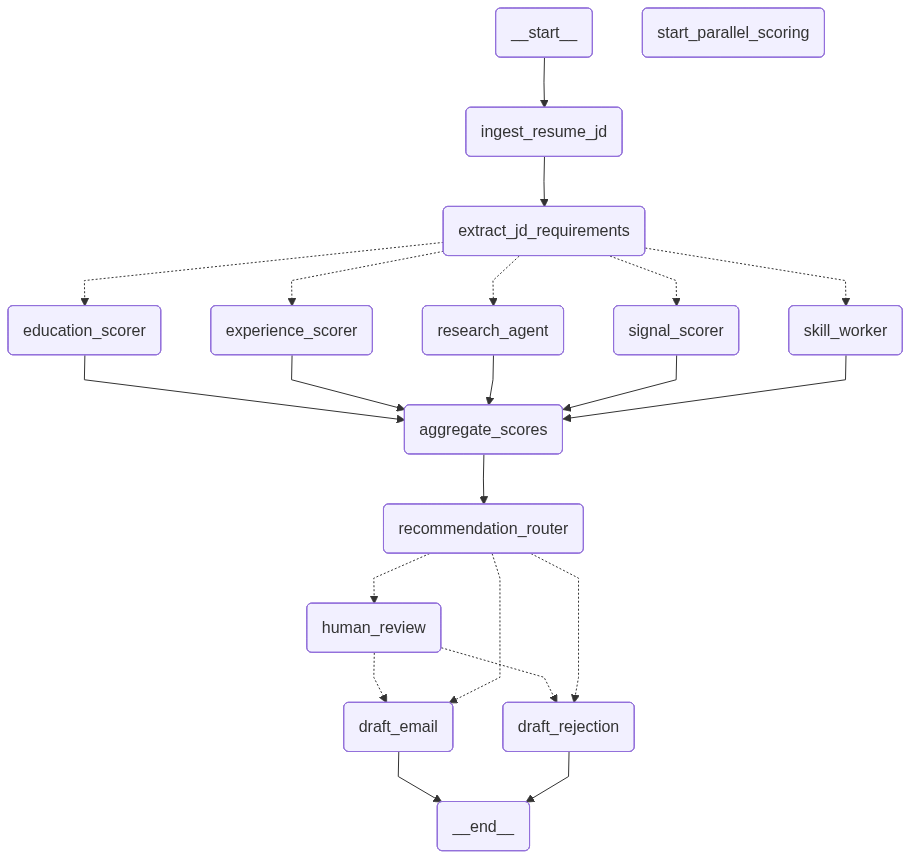
Before: graph_out/hiregraph.png, a diagram exported from Mermaid (Nithu-Arjunan/HireGraph). Its source is kept beside it as graph_out/hiregraph.mmd. Source of this version:
```mermaid
---
config:
  flowchart:
    curve: linear
---
graph TD;
	__start__(<p>__start__</p>)
	ingest_resume_jd(ingest_resume_jd)
	extract_jd_requirements(extract_jd_requirements)
	skill_worker(skill_worker)
	start_parallel_scoring(start_parallel_scoring)
	experience_scorer(experience_scorer)
	education_scorer(education_scorer)
	signal_scorer(signal_scorer)
	research_agent(research_agent)
	aggregate_scores(aggregate_scores)
	recommendation_router(recommendation_router)
	draft_email(draft_email)
	draft_rejection(draft_rejection)
	human_review(human_review)
	__end__(<p>__end__</p>)
	__start__ --> ingest_resume_jd;
	aggregate_scores --> recommendation_router;
	education_scorer --> aggregate_scores;
	experience_scorer --> aggregate_scores;
	extract_jd_requirements -.-> education_scorer;
	extract_jd_requirements -.-> experience_scorer;
	extract_jd_requirements -.-> research_agent;
	extract_jd_requirements -.-> signal_scorer;
	extract_jd_requirements -.-> skill_worker;
	human_review -.-> draft_email;
	human_review -.-> draft_rejection;
	ingest_resume_jd --> extract_jd_requirements;
	recommendation_router -.-> draft_email;
	recommendation_router -.-> draft_rejection;
	recommendation_router -.-> human_review;
	research_agent --> aggregate_scores;
	signal_scorer --> aggregate_scores;
	skill_worker --> aggregate_scores;
	draft_email --> __end__;
	draft_rejection --> __end__;
	classDef default fill:#f2f0ff,line-height:1.2
	classDef first fill-opacity:0
	classDef last fill:#bfb6fc
```
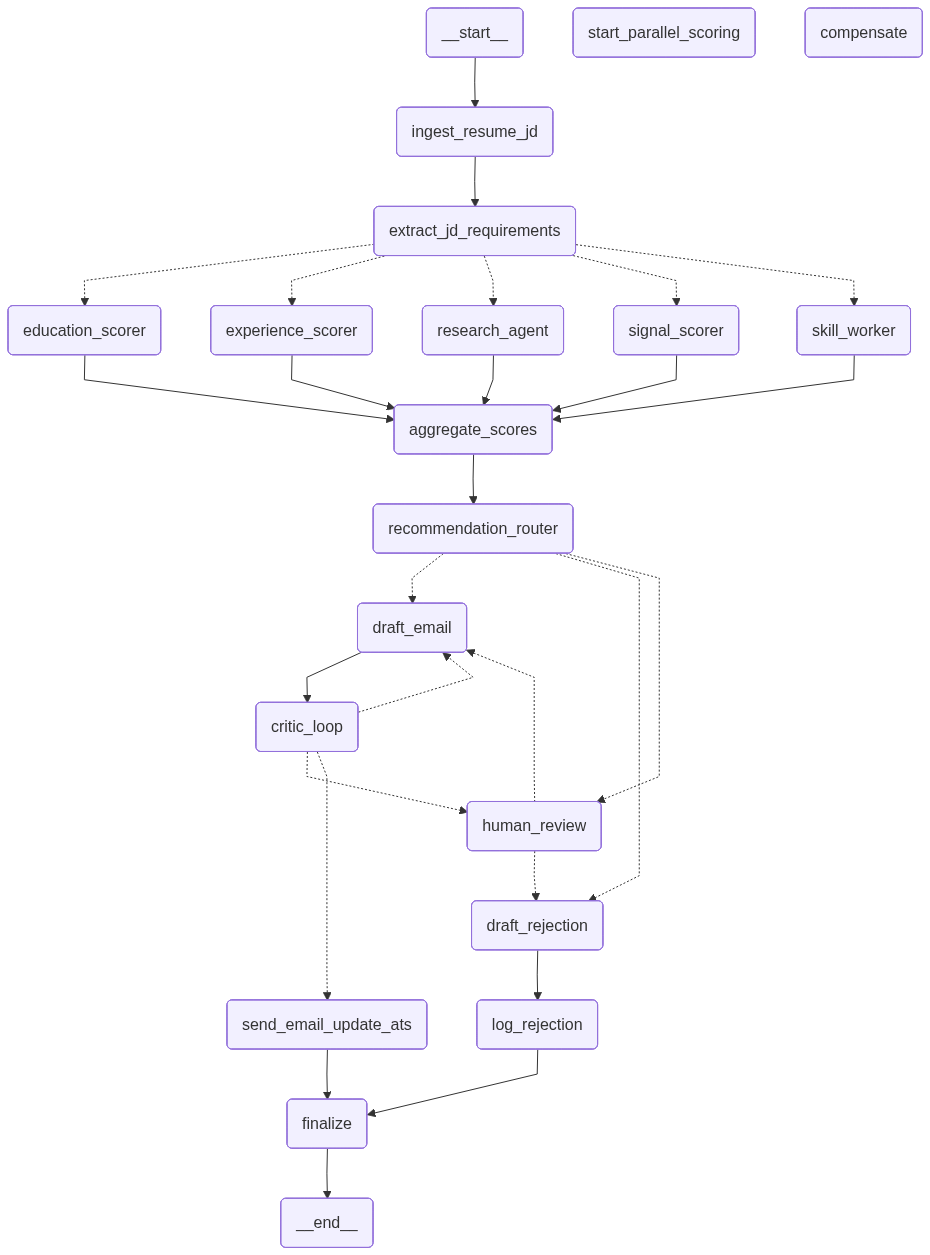
The same file after the commit.

Change to the diagram source:
```diff
@@ -18,9 +18,19 @@
 	draft_email(draft_email)
 	draft_rejection(draft_rejection)
 	human_review(human_review)
+	critic_loop(critic_loop)
+	send_email_update_ats(send_email_update_ats)
+	log_rejection(log_rejection)
+	compensate(compensate)
+	finalize(finalize)
 	__end__(<p>__end__</p>)
 	__start__ --> ingest_resume_jd;
 	aggregate_scores --> recommendation_router;
+	critic_loop -.-> draft_email;
+	critic_loop -.-> human_review;
+	critic_loop -.-> send_email_update_ats;
+	draft_email --> critic_loop;
+	draft_rejection --> log_rejection;
 	education_scorer --> aggregate_scores;
 	experience_scorer --> aggregate_scores;
 	extract_jd_requirements -.-> education_scorer;
@@ -31,14 +41,15 @@
 	human_review -.-> draft_email;
 	human_review -.-> draft_rejection;
 	ingest_resume_jd --> extract_jd_requirements;
+	log_rejection --> finalize;
 	recommendation_router -.-> draft_email;
 	recommendation_router -.-> draft_rejection;
 	recommendation_router -.-> human_review;
 	research_agent --> aggregate_scores;
+	send_email_update_ats --> finalize;
 	signal_scorer --> aggregate_scores;
 	skill_worker --> aggregate_scores;
-	draft_email --> __end__;
-	draft_rejection --> __end__;
+	finalize --> __end__;
 	classDef default fill:#f2f0ff,line-height:1.2
 	classDef first fill-opacity:0
 	classDef last fill:#bfb6fc
```
